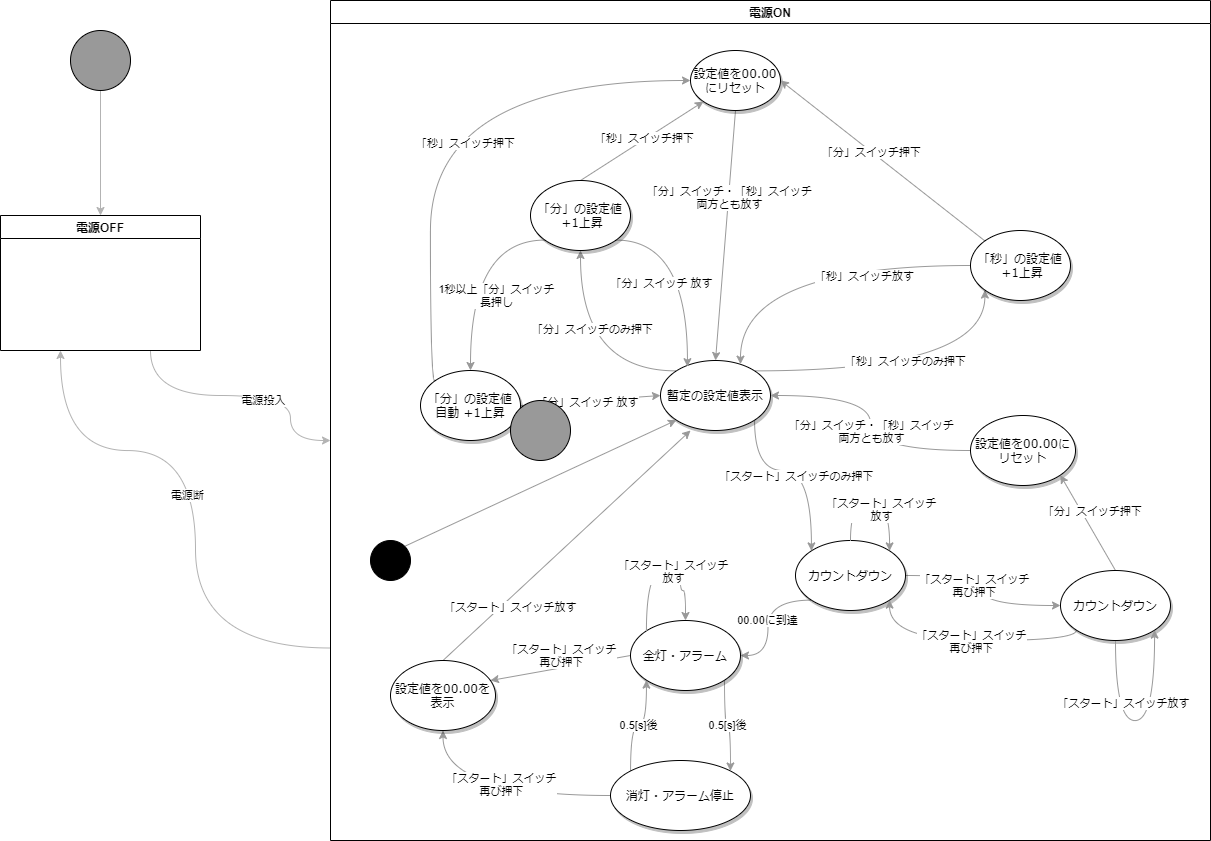
Earlier version of the draw.io export image/キッチンタイマー_状態遷移図.png (Kazu-SK/Kitchen_timer). Source tidied: cells renumbered, new cells last; positions are measured from the earlier drawing's top-left corner, leaving out a move shared by most shapes.
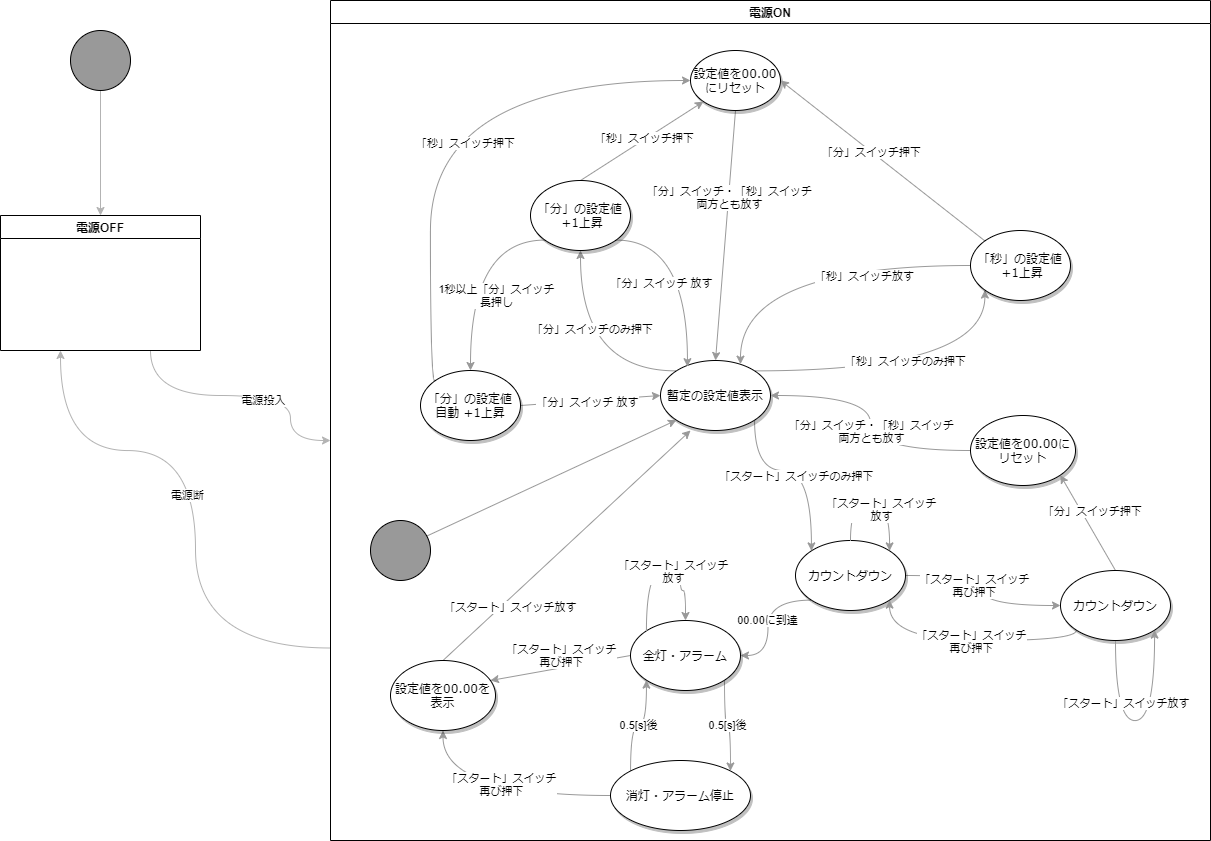
After the commit.

What changed in the source:
```diff
@@ -217,17 +217,16 @@
     <mxCell id="56" value="設定値を00.00を表示" style="ellipse;whiteSpace=wrap;html=1;rounded=0;shadow=1;comic=0;labelBackgroundColor=none;strokeWidth=1;fontFamily=Verdana;fontSize=12;align=center;" parent="1" vertex="1">
       <mxGeometry x="390" y="660" width="105" height="70" as="geometry" />
     </mxCell>
-    <mxCell id="57" style="jettySize=auto;html=1;exitX=1;exitY=0;exitDx=0;exitDy=0;entryX=0;entryY=1;entryDx=0;entryDy=0;strokeColor=#999999;" parent="1" edge="1" source="58" target="8">
-      <mxGeometry relative="1" as="geometry" />
+    <mxCell id="57" style="jettySize=auto;html=1;exitX=1;exitY=0;exitDx=0;exitDy=0;entryX=0;entryY=1;entryDx=0;entryDy=0;strokeColor=#999999;" parent="1" edge="1" target="8">
+      <mxGeometry relative="1" as="geometry">
+        <mxPoint x="404.1" y="545.9" as="sourcePoint" />
+      </mxGeometry>
     </mxCell>
-    <mxCell id="58" style="ellipse;whiteSpace=wrap;html=1;fillColor=#000000;" parent="1" vertex="1">
-      <mxGeometry x="370" y="540" width="40" height="40" as="geometry" />
-    </mxCell>
     <mxCell id="59" value="電源ON" style="swimlane;" parent="1" vertex="1">
       <mxGeometry x="330" width="880" height="840" as="geometry" />
     </mxCell>
     <mxCell id="60" style="ellipse;whiteSpace=wrap;html=1;fillColor=#999999;" parent="59" vertex="1">
-      <mxGeometry x="180" y="400" width="60" height="60" as="geometry" />
+      <mxGeometry x="40" y="520" width="60" height="60" as="geometry" />
     </mxCell>
     <mxCell id="61" value="「分」の設定値&lt;br&gt;&amp;nbsp;+1上昇" style="ellipse;whiteSpace=wrap;html=1;rounded=0;shadow=1;comic=0;labelBackgroundColor=none;strokeWidth=1;fontFamily=Verdana;fontSize=12;align=center;" parent="59" vertex="1">
       <mxGeometry x="200" y="180" width="100" height="70" as="geometry" />
```
